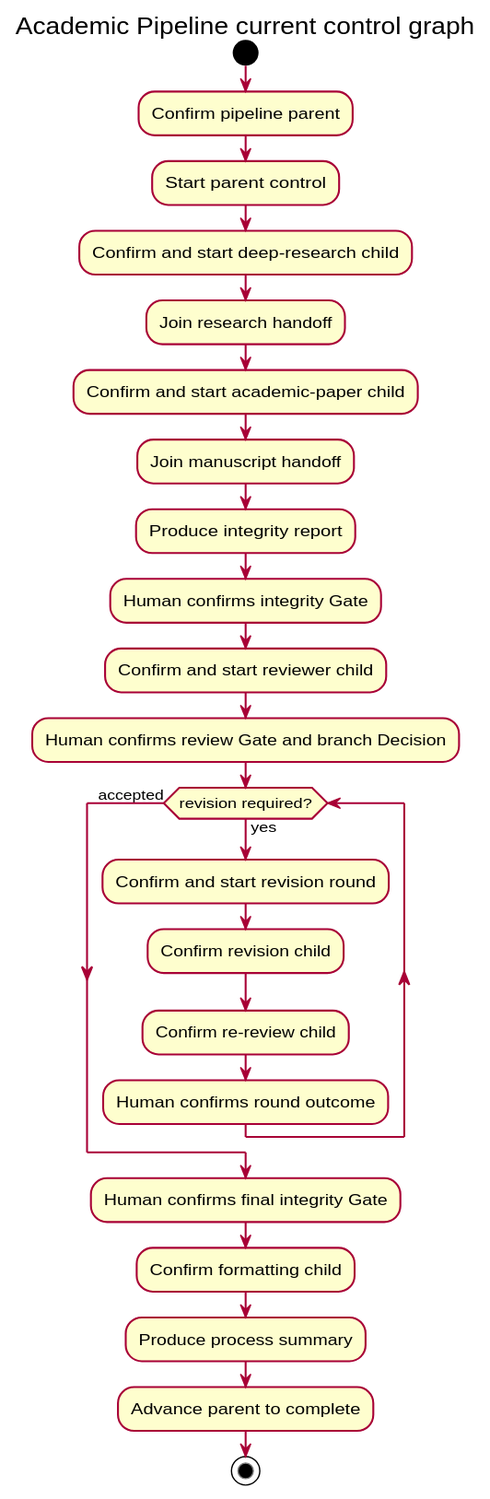
This is docs/researchspec_arsu_runtime/diagrams/rendered/academic-pipeline-workflow.svg from leike0813/ResearchSpec, a PlantUML export, as it was before one commit. Its source is kept beside it as docs/researchspec_arsu_runtime/diagrams/src/academic-pipeline-workflow.puml.
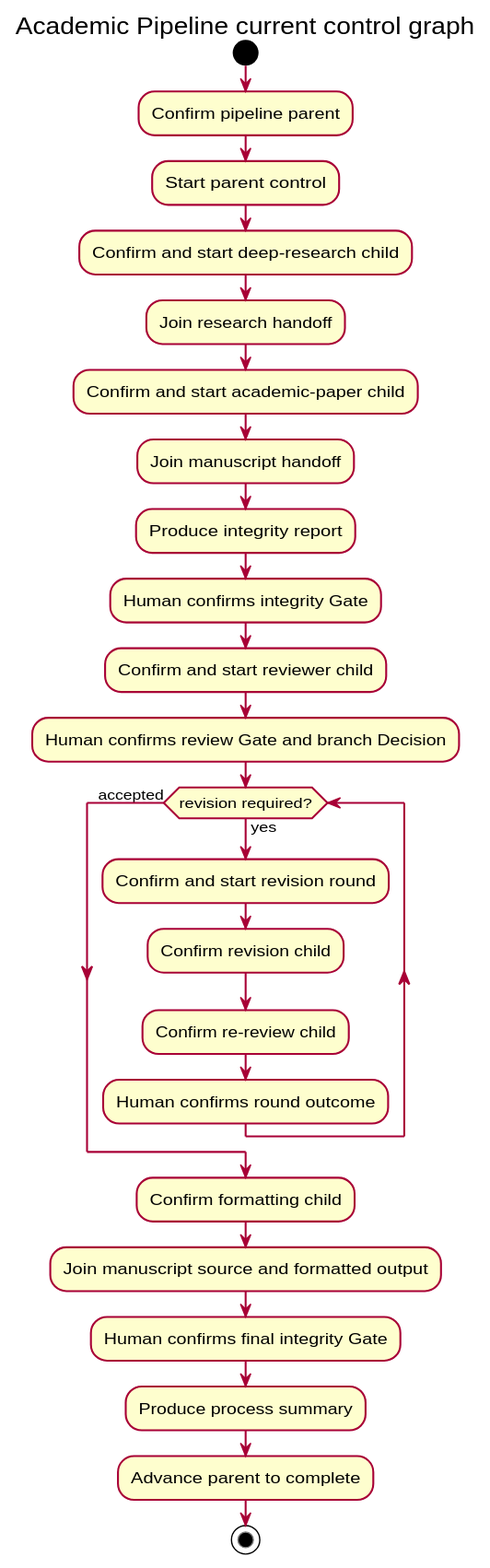
After the change.

Diff of the diagram source:
```diff
@@ -18,8 +18,9 @@
   :Confirm re-review child;
   :Human confirms round outcome;
 endwhile (accepted)
+:Confirm formatting child;
+:Join manuscript source and formatted output;
 :Human confirms final integrity Gate;
-:Confirm formatting child;
 :Produce process summary;
 :Advance parent to complete;
 stop
```
